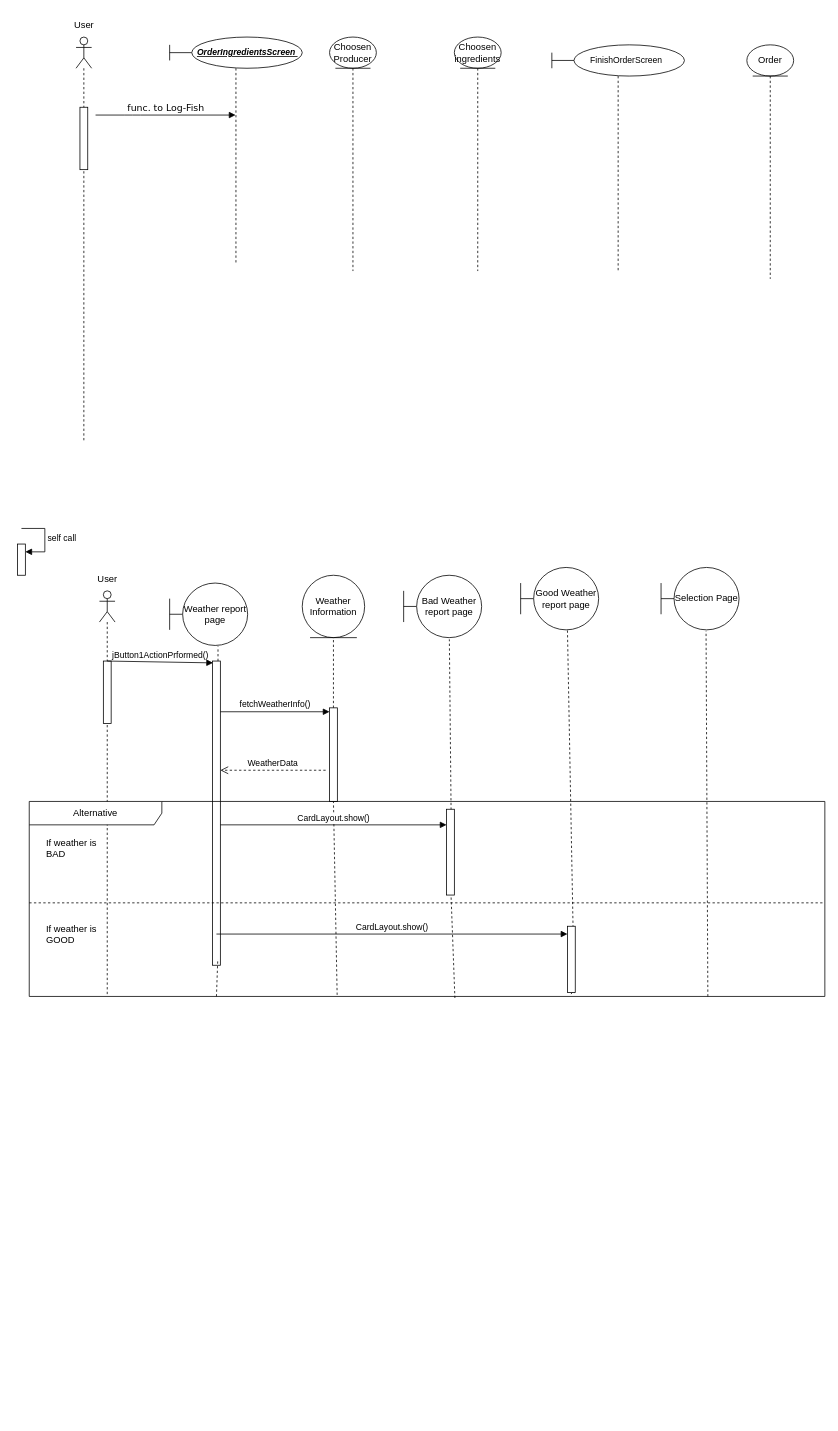
TMCEID/SoftEngFishApp keeps this draw.io diagram as Delivarable3/SequenceDiagram/Untitled Diagram.drawio. Above is the earlier version. Source tidied: cells renumbered, new cells numbered last; positions are measured from the earlier drawing's top-left corner, leaving out a move shared by most shapes. Both pictures are drawn from the tidied source at 78%, with x=0, y=0 at pixel (17, 13).
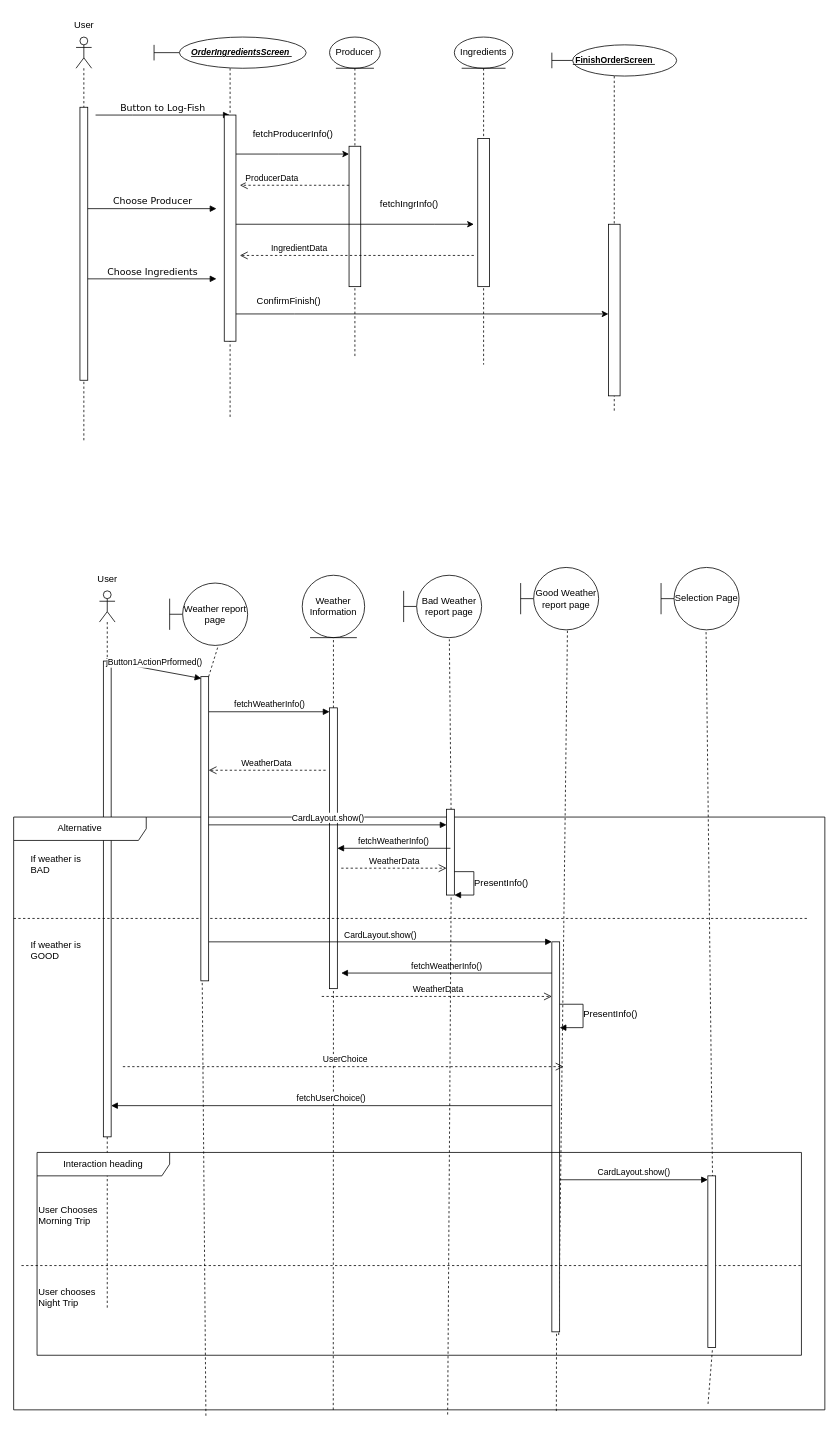
The same diagram, later.

Unchanged cells that the change refers to:
```xml
<mxCell id="6" value="Selection Page" style="shape=umlBoundary;whiteSpace=wrap;html=1;" parent="1" vertex="1">
  <mxGeometry x="825" y="710" width="100" height="80" as="geometry" />
</mxCell>
<mxCell id="31" style="html=1;points=[[0,0,0,0,5],[0,1,0,0,-5],[1,0,0,0,5],[1,1,0,0,-5]];perimeter=orthogonalPerimeter;outlineConnect=0;targetShapes=umlLifeline;portConstraint=eastwest;newEdgeStyle={&quot;curved&quot;:0,&quot;rounded&quot;:0};" parent="1" vertex="1">
  <mxGeometry x="550" y="1020" width="10" height="110" as="geometry" />
</mxCell>
<mxCell id="32" style="shape=umlLifeline;perimeter=lifelinePerimeter;whiteSpace=wrap;html=1;newEdgeStyle={&quot;curved&quot;:0,&quot;rounded&quot;:0};participant=umlActor;" parent="1" vertex="1">
  <mxGeometry x="75" y="30" width="20" height="520" as="geometry" />
</mxCell>
```

The edit, as a diff of the source:
```diff
@@
-    <mxCell id="2" value="func. to Log-Fish" style="html=1;verticalAlign=bottom;endArrow=block;labelBackgroundColor=none;fontFamily=Verdana;fontSize=12;edgeStyle=elbowEdgeStyle;elbow=vertical;" parent="1" edge="1" target="39">
+    <mxCell id="2" value="Button to Log-Fish" style="html=1;verticalAlign=bottom;endArrow=block;labelBackgroundColor=none;fontFamily=Verdana;fontSize=12;edgeStyle=elbowEdgeStyle;elbow=vertical;" parent="1" edge="1" target="39">
       <mxGeometry relative="1" as="geometry">
         <mxPoint x="100" y="130" as="sourcePoint" />
       </mxGeometry>
     </mxCell>
@@
     <mxCell id="7" style="shape=umlLifeline;perimeter=lifelinePerimeter;whiteSpace=wrap;html=1;newEdgeStyle={&quot;curved&quot;:0,&quot;rounded&quot;:0};participant=umlActor;" parent="1" vertex="1">
-      <mxGeometry x="105" y="740" width="20" height="520" as="geometry" />
+      <mxGeometry x="105" y="740" width="20" height="920" as="geometry" />
     </mxCell>
     <mxCell id="8" style="html=1;perimeter=orthogonalPerimeter;targetShapes=umlLifeline;newEdgeStyle={&quot;curved&quot;:0,&quot;rounded&quot;:0};" parent="7" vertex="1">
-      <mxGeometry x="5" y="90" width="10" height="80" as="geometry" />
+      <mxGeometry x="5" y="90" width="10" height="610" as="geometry" />
     </mxCell>
@@
-    <mxCell id="12" style="html=1;verticalAlign=bottom;endArrow=none;dashed=1;labelBackgroundColor=none;fontFamily=Verdana;fontSize=12;elbow=vertical;startFill=0;entryX=0.577;entryY=1.016;entryDx=0;entryDy=0;entryPerimeter=0;" parent="1" edge="1" target="6">
-      <mxGeometry relative="1" as="geometry">
-        <mxPoint x="885" y="1260" as="sourcePoint" />
-      </mxGeometry>
+    <mxCell id="12" style="html=1;verticalAlign=bottom;endArrow=none;dashed=1;labelBackgroundColor=none;fontFamily=Verdana;fontSize=12;elbow=vertical;startFill=0;entryX=0.577;entryY=1.016;entryDx=0;entryDy=0;entryPerimeter=0;exitX=0.856;exitY=0.99;exitDx=0;exitDy=0;exitPerimeter=0;" parent="1" edge="1" source="65" target="6">
+      <mxGeometry relative="1" as="geometry" />
     </mxCell>
@@
-    <mxCell id="15" style="html=1;points=[[0,0,0,0,5],[0,1,0,0,-5],[1,0,0,0,5],[1,1,0,0,-5]];perimeter=orthogonalPerimeter;outlineConnect=0;targetShapes=umlLifeline;portConstraint=eastwest;newEdgeStyle={&quot;curved&quot;:0,&quot;rounded&quot;:0};" parent="1" vertex="1">
-      <mxGeometry x="250" y="830" width="10" height="390" as="geometry" />
-    </mxCell>
@@
-    <mxCell id="18" style="html=1;verticalAlign=bottom;endArrow=none;dashed=1;labelBackgroundColor=none;fontFamily=Verdana;fontSize=12;elbow=vertical;startFill=0;entryX=0.5;entryY=1;entryDx=0;entryDy=0;exitX=0.387;exitY=0.992;exitDx=0;exitDy=0;exitPerimeter=0;" parent="1" edge="1" source="22" target="19">
+    <mxCell id="18" style="html=1;verticalAlign=bottom;endArrow=none;dashed=1;labelBackgroundColor=none;fontFamily=Verdana;fontSize=12;elbow=vertical;startFill=0;entryX=0.5;entryY=1;entryDx=0;entryDy=0;exitX=0.394;exitY=1;exitDx=0;exitDy=0;exitPerimeter=0;" parent="1" edge="1" source="22" target="19">
       <mxGeometry relative="1" as="geometry" />
     </mxCell>
     <mxCell id="19" style="html=1;points=[[0,0,0,0,5],[0,1,0,0,-5],[1,0,0,0,5],[1,1,0,0,-5]];perimeter=orthogonalPerimeter;outlineConnect=0;targetShapes=umlLifeline;portConstraint=eastwest;newEdgeStyle={&quot;curved&quot;:0,&quot;rounded&quot;:0};" parent="1" vertex="1">
-      <mxGeometry x="400" y="890" width="10" height="120" as="geometry" />
+      <mxGeometry x="400" y="890" width="10" height="360" as="geometry" />
     </mxCell>
@@
     <mxCell id="22" value="Alternative" style="shape=umlFrame;whiteSpace=wrap;html=1;width=170;" parent="1" vertex="1">
-      <mxGeometry x="15" y="1010" width="1020" height="250" as="geometry" />
+      <mxGeometry x="-5" y="1030" width="1040" height="760" as="geometry" />
     </mxCell>
@@
-    <mxCell id="25" style="html=1;verticalAlign=bottom;endArrow=none;dashed=1;labelBackgroundColor=none;fontFamily=Verdana;fontSize=12;elbow=vertical;startFill=0;exitX=0.308;exitY=1.012;exitDx=0;exitDy=0;exitPerimeter=0;entryX=1;entryY=1;entryDx=0;entryDy=-5;entryPerimeter=0;" parent="22" edge="1">
+    <mxCell id="25" style="html=1;verticalAlign=bottom;endArrow=none;dashed=1;labelBackgroundColor=none;fontFamily=Verdana;fontSize=12;elbow=vertical;startFill=0;exitX=0.237;exitY=1.01;exitDx=0;exitDy=0;exitPerimeter=0;entryX=1;entryY=1;entryDx=0;entryDy=-5;entryPerimeter=0;" parent="22" edge="1" source="22">
       <mxGeometry relative="1" as="geometry">
-        <mxPoint x="240" y="250" as="sourcePoint" />
         <mxPoint x="241.7" y="202" as="targetPoint" />
       </mxGeometry>
     </mxCell>
-    <mxCell id="26" value="CardLayout.show()" style="html=1;verticalAlign=bottom;endArrow=block;curved=0;rounded=0;entryX=0;entryY=0.182;entryDx=0;entryDy=0;entryPerimeter=0;" parent="22" edge="1" target="31">
-      <mxGeometry relative="1" as="geometry">
-        <mxPoint x="245" y="30" as="sourcePoint" />
-      </mxGeometry>
-    </mxCell>
-    <mxCell id="27" value="CardLayout.show()" style="html=1;verticalAlign=bottom;endArrow=block;curved=0;rounded=0;" parent="22" edge="1" target="28">
-      <mxGeometry relative="1" as="geometry">
-        <mxPoint x="240" y="170" as="sourcePoint" />
-      </mxGeometry>
+    <mxCell id="27" value="CardLayout.show()" style="html=1;verticalAlign=bottom;endArrow=block;curved=0;rounded=0;" parent="22" edge="1" source="15" target="28">
+      <mxGeometry relative="1" as="geometry" />
     </mxCell>
     <mxCell id="28" style="html=1;points=[[0,0,0,0,5],[0,1,0,0,-5],[1,0,0,0,5],[1,1,0,0,-5]];perimeter=orthogonalPerimeter;outlineConnect=0;targetShapes=umlLifeline;portConstraint=eastwest;newEdgeStyle={&quot;curved&quot;:0,&quot;rounded&quot;:0};" parent="22" vertex="1">
-      <mxGeometry x="690" y="160" width="10" height="85" as="geometry" />
+      <mxGeometry x="690" y="160" width="10" height="500" as="geometry" />
     </mxCell>
-    <mxCell id="29" style="html=1;verticalAlign=bottom;endArrow=none;dashed=1;labelBackgroundColor=none;fontFamily=Verdana;fontSize=12;elbow=vertical;startFill=0;entryX=0.6;entryY=1;entryDx=0;entryDy=0;entryPerimeter=0;exitX=0.681;exitY=0.988;exitDx=0;exitDy=0;exitPerimeter=0;" parent="22" edge="1" source="22" target="28">
+    <mxCell id="29" style="html=1;verticalAlign=bottom;endArrow=none;dashed=1;labelBackgroundColor=none;fontFamily=Verdana;fontSize=12;elbow=vertical;startFill=0;entryX=0.6;entryY=1;entryDx=0;entryDy=0;entryPerimeter=0;exitX=0.669;exitY=1.002;exitDx=0;exitDy=0;exitPerimeter=0;" parent="22" edge="1" source="22" target="28">
       <mxGeometry relative="1" as="geometry" />
     </mxCell>
+    <mxCell id="36" style="html=1;align=left;spacingLeft=2;endArrow=block;rounded=0;edgeStyle=orthogonalEdgeStyle;curved=0;rounded=0;" parent="22" edge="1">
+      <mxGeometry relative="1" as="geometry">
+        <mxPoint x="560" y="70" as="sourcePoint" />
+        <mxPoint x="565" y="100" as="targetPoint" />
+        <Array as="points">
+          <mxPoint x="590" y="100" />
+        </Array>
+      </mxGeometry>
+    </mxCell>
+    <mxCell id="42" value="PresentInfo()" style="text;html=1;align=center;verticalAlign=middle;strokeColor=none;fillColor=none;" parent="22" vertex="1">
+      <mxGeometry x="580" y="70" width="90" height="30" as="geometry" />
+    </mxCell>
+    <mxCell id="43" style="html=1;align=left;spacingLeft=2;endArrow=block;rounded=0;edgeStyle=orthogonalEdgeStyle;curved=0;rounded=0;" parent="22" edge="1" target="28">
+      <mxGeometry relative="1" as="geometry">
+        <mxPoint x="700" y="240" as="sourcePoint" />
+        <Array as="points">
+          <mxPoint x="730" y="240" />
+          <mxPoint x="730" y="270" />
+        </Array>
+      </mxGeometry>
+    </mxCell>
+    <mxCell id="44" value="WeatherData" style="html=1;verticalAlign=bottom;endArrow=open;dashed=1;endSize=8;curved=0;rounded=0;exitX=1;exitY=1;exitDx=0;exitDy=-5;exitPerimeter=0;" parent="22" edge="1">
+      <mxGeometry x="0.01" relative="1" as="geometry">
+        <mxPoint x="395" y="230" as="sourcePoint" />
+        <mxPoint x="690" y="230" as="targetPoint" />
+      </mxGeometry>
+    </mxCell>
+    <mxCell id="45" value="fetchWeatherInfo()" style="html=1;verticalAlign=bottom;endArrow=block;curved=0;rounded=0;" parent="22" edge="1">
+      <mxGeometry relative="1" as="geometry">
+        <mxPoint x="690" y="200" as="sourcePoint" />
+        <mxPoint x="420" y="200" as="targetPoint" />
+      </mxGeometry>
+    </mxCell>
+    <mxCell id="46" value="PresentInfo()" style="text;html=1;align=center;verticalAlign=middle;strokeColor=none;fillColor=none;" parent="22" vertex="1">
+      <mxGeometry x="720" y="238" width="90" height="30" as="geometry" />
+    </mxCell>
+    <mxCell id="47" value="Interaction heading" style="shape=umlFrame;whiteSpace=wrap;html=1;width=170;" parent="22" vertex="1">
+      <mxGeometry x="30" y="430" width="980" height="260" as="geometry" />
+    </mxCell>
+    <mxCell id="48" value="&lt;div&gt;User Chooses&lt;/div&gt;&lt;div&gt;Morning Trip&lt;/div&gt;" style="text;html=1;" parent="47" vertex="1">
+      <mxGeometry width="100" height="20" relative="1" as="geometry">
+        <mxPoint y="60" as="offset" />
+      </mxGeometry>
+    </mxCell>
+    <mxCell id="49" value="&lt;div&gt;User chooses&amp;nbsp;&lt;/div&gt;&lt;div&gt;Night Trip&lt;/div&gt;" style="line;strokeWidth=1;dashed=1;labelPosition=center;verticalLabelPosition=bottom;align=left;verticalAlign=top;spacingLeft=20;spacingTop=15;html=1;whiteSpace=wrap;" parent="47" vertex="1">
+      <mxGeometry x="-20" y="140" width="1000" height="10" as="geometry" />
+    </mxCell>
+    <mxCell id="50" value="UserChoice" style="html=1;verticalAlign=bottom;endArrow=open;dashed=1;endSize=8;curved=0;rounded=0;entryX=0;entryY=0.667;entryDx=0;entryDy=0;entryPerimeter=0;" parent="22" edge="1">
+      <mxGeometry x="0.01" relative="1" as="geometry">
+        <mxPoint x="140" y="320" as="sourcePoint" />
+        <mxPoint x="705" y="320" as="targetPoint" />
+      </mxGeometry>
+    </mxCell>
+    <mxCell id="51" value="fetchUserChoice()" style="html=1;verticalAlign=bottom;endArrow=block;curved=0;rounded=0;" parent="22" edge="1">
+      <mxGeometry relative="1" as="geometry">
+        <mxPoint x="690" y="370" as="sourcePoint" />
+        <mxPoint x="125" y="370" as="targetPoint" />
+      </mxGeometry>
+    </mxCell>
+    <mxCell id="15" style="html=1;points=[[0,0,0,0,5],[0,1,0,0,-5],[1,0,0,0,5],[1,1,0,0,-5]];perimeter=orthogonalPerimeter;outlineConnect=0;targetShapes=umlLifeline;portConstraint=eastwest;newEdgeStyle={&quot;curved&quot;:0,&quot;rounded&quot;:0};" parent="22" vertex="1">
+      <mxGeometry x="240" y="-180" width="10" height="390" as="geometry" />
+    </mxCell>
@@
     <mxCell id="33" style="html=1;perimeter=orthogonalPerimeter;targetShapes=umlLifeline;newEdgeStyle={&quot;curved&quot;:0,&quot;rounded&quot;:0};" parent="32" vertex="1">
-      <mxGeometry x="5" y="90" width="10" height="80" as="geometry" />
+      <mxGeometry x="5" y="90" width="10" height="350" as="geometry" />
     </mxCell>
@@
-    <mxCell id="35" style="html=1;points=[[0,0,0,0,5],[0,1,0,0,-5],[1,0,0,0,5],[1,1,0,0,-5]];perimeter=orthogonalPerimeter;outlineConnect=0;targetShapes=umlLifeline;portConstraint=eastwest;newEdgeStyle={&quot;curved&quot;:0,&quot;rounded&quot;:0};" parent="1" vertex="1">
-      <mxGeometry y="680" width="10" height="40" as="geometry" />
-    </mxCell>
-    <mxCell id="36" value="self call" style="html=1;align=left;spacingLeft=2;endArrow=block;rounded=0;edgeStyle=orthogonalEdgeStyle;curved=0;rounded=0;" parent="1" edge="1" target="35">
-      <mxGeometry relative="1" as="geometry">
-        <mxPoint x="5" y="660" as="sourcePoint" />
-        <Array as="points">
-          <mxPoint x="35" y="690" />
-        </Array>
-      </mxGeometry>
-    </mxCell>
+    <mxCell id="52" value="fetchWeatherInfo()" style="html=1;verticalAlign=bottom;endArrow=block;curved=0;rounded=0;exitX=0.5;exitY=0.455;exitDx=0;exitDy=0;exitPerimeter=0;" parent="1" edge="1" source="31" target="19">
+      <mxGeometry relative="1" as="geometry" />
+    </mxCell>
+    <mxCell id="53" value="WeatherData" style="html=1;verticalAlign=bottom;endArrow=open;dashed=1;endSize=8;curved=0;rounded=0;exitX=1.5;exitY=0.571;exitDx=0;exitDy=0;exitPerimeter=0;" parent="1" edge="1" source="19" target="31">
+      <mxGeometry x="0.01" relative="1" as="geometry" />
+    </mxCell>
+    <mxCell id="38" value="Ingredients" style="shape=umlLifeline;perimeter=lifelinePerimeter;whiteSpace=wrap;html=1;newEdgeStyle={&quot;curved&quot;:0,&quot;rounded&quot;:0};participant=umlEntity;" parent="1" vertex="1">
+      <mxGeometry x="560" y="30" width="75" height="420" as="geometry" />
+    </mxCell>
+    <mxCell id="54" style="html=1;perimeter=orthogonalPerimeter;targetShapes=umlLifeline;newEdgeStyle={&quot;curved&quot;:0,&quot;rounded&quot;:0};" parent="38" vertex="1">
+      <mxGeometry x="30" y="130" width="15" height="190" as="geometry" />
+    </mxCell>
+    <mxCell id="55" style="edgeStyle=orthogonalEdgeStyle;rounded=0;jettySize=auto;html=1;curved=0;" parent="1" edge="1" source="56">
+      <mxGeometry relative="1" as="geometry">
+        <mxPoint x="425" y="180" as="targetPoint" />
+        <Array as="points">
+          <mxPoint x="335" y="180" />
+          <mxPoint x="335" y="180" />
+        </Array>
+      </mxGeometry>
+    </mxCell>
+    <mxCell id="39" value="&amp;nbsp;&amp;nbsp;&amp;nbsp;&amp;nbsp;&amp;nbsp;&amp;nbsp;&amp;nbsp;&amp;nbsp; &lt;font style=&quot;font-size: 11px;&quot;&gt;&lt;b&gt;&lt;i&gt;&lt;u&gt;OrderIngredientsScreen&amp;nbsp; &lt;br&gt;&lt;/u&gt;&lt;/i&gt;&lt;/b&gt;&lt;/font&gt;" style="shape=umlLifeline;perimeter=lifelinePerimeter;whiteSpace=wrap;html=1;outlineConnect=0;portConstraint=eastwest;newEdgeStyle={&quot;curved&quot;:0,&quot;rounded&quot;:0};participant=umlBoundary;" parent="1" vertex="1">
+      <mxGeometry x="175" y="30" width="195" height="490" as="geometry" />
+    </mxCell>
+    <mxCell id="56" style="html=1;points=[[0,0,0,0,5],[0,1,0,0,-5],[1,0,0,0,5],[1,1,0,0,-5]];perimeter=orthogonalPerimeter;outlineConnect=0;targetShapes=umlLifeline;portConstraint=eastwest;newEdgeStyle={&quot;curved&quot;:0,&quot;rounded&quot;:0};" parent="39" vertex="1">
+      <mxGeometry x="90" y="100" width="15" height="290" as="geometry" />
+    </mxCell>
+    <mxCell id="40" value="&lt;b&gt;&lt;font style=&quot;font-size: 11px;&quot;&gt;&lt;u&gt;&amp;nbsp;FinishOrderScreen&amp;nbsp; &lt;br&gt;&lt;/u&gt;&lt;/font&gt;&lt;/b&gt;" style="shape=umlLifeline;perimeter=lifelinePerimeter;whiteSpace=wrap;html=1;newEdgeStyle={&quot;curved&quot;:0,&quot;rounded&quot;:0};participant=umlBoundary;" parent="1" vertex="1">
+      <mxGeometry x="685" y="40" width="160" height="470" as="geometry" />
+    </mxCell>
+    <mxCell id="57" style="html=1;points=[[0,0,0,0,5],[0,1,0,0,-5],[1,0,0,0,5],[1,1,0,0,-5]];perimeter=orthogonalPerimeter;outlineConnect=0;targetShapes=umlLifeline;portConstraint=eastwest;newEdgeStyle={&quot;curved&quot;:0,&quot;rounded&quot;:0};" parent="40" vertex="1">
+      <mxGeometry x="72.5" y="230" width="15" height="220" as="geometry" />
+    </mxCell>
-    <mxCell id="37" value="Choosen&lt;br&gt;Producer" style="shape=umlLifeline;perimeter=lifelinePerimeter;whiteSpace=wrap;html=1;newEdgeStyle={&quot;curved&quot;:0,&quot;rounded&quot;:0};participant=umlEntity;" parent="1" vertex="1">
-      <mxGeometry x="400" y="30" width="60" height="300" as="geometry" />
+    <mxCell id="37" value="Producer" style="shape=umlLifeline;perimeter=lifelinePerimeter;whiteSpace=wrap;html=1;newEdgeStyle={&quot;curved&quot;:0,&quot;rounded&quot;:0};participant=umlEntity;" parent="1" vertex="1">
+      <mxGeometry x="400" y="30" width="65" height="410" as="geometry" />
     </mxCell>
-    <mxCell id="38" value="Choosen&lt;br&gt;ingredients" style="shape=umlLifeline;perimeter=lifelinePerimeter;whiteSpace=wrap;html=1;newEdgeStyle={&quot;curved&quot;:0,&quot;rounded&quot;:0};participant=umlEntity;" parent="1" vertex="1">
-      <mxGeometry x="560" y="30" width="60" height="300" as="geometry" />
-    </mxCell>
-    <mxCell id="39" value="&amp;nbsp;&amp;nbsp;&amp;nbsp;&amp;nbsp;&amp;nbsp;&amp;nbsp;&amp;nbsp;&amp;nbsp; &lt;font style=&quot;font-size: 11px;&quot;&gt;&lt;b&gt;&lt;i&gt;&lt;u&gt;OrderIngredientsScreen&amp;nbsp; &lt;br&gt;&lt;/u&gt;&lt;/i&gt;&lt;/b&gt;&lt;/font&gt;" style="shape=umlLifeline;perimeter=lifelinePerimeter;whiteSpace=wrap;html=1;outlineConnect=0;portConstraint=eastwest;newEdgeStyle={&quot;curved&quot;:0,&quot;rounded&quot;:0};participant=umlBoundary;" parent="1" vertex="1">
-      <mxGeometry x="195" y="30" width="170" height="290" as="geometry" />
-    </mxCell>
-    <mxCell id="40" value="&lt;font style=&quot;font-size: 11px;&quot;&gt;&lt;span style=&quot;white-space: pre;&quot;&gt;&#9;&lt;/span&gt;FinishOrderScreen&amp;nbsp; &lt;br&gt;&lt;/font&gt;" style="shape=umlLifeline;perimeter=lifelinePerimeter;whiteSpace=wrap;html=1;newEdgeStyle={&quot;curved&quot;:0,&quot;rounded&quot;:0};participant=umlBoundary;" parent="1" vertex="1">
-      <mxGeometry x="685" y="40" width="170" height="290" as="geometry" />
-    </mxCell>
-    <mxCell id="41" value="Order" style="shape=umlLifeline;perimeter=lifelinePerimeter;whiteSpace=wrap;html=1;newEdgeStyle={&quot;curved&quot;:0,&quot;rounded&quot;:0};participant=umlEntity;" parent="1" vertex="1">
-      <mxGeometry x="935" y="40" width="60" height="300" as="geometry" />
-    </mxCell>
+    <mxCell id="58" style="html=1;points=[[0,0,0,0,5],[0,1,0,0,-5],[1,0,0,0,5],[1,1,0,0,-5]];perimeter=orthogonalPerimeter;outlineConnect=0;targetShapes=umlLifeline;portConstraint=eastwest;newEdgeStyle={&quot;curved&quot;:0,&quot;rounded&quot;:0};" parent="37" vertex="1">
+      <mxGeometry x="25" y="140" width="15" height="180" as="geometry" />
+    </mxCell>
+    <mxCell id="26" value="CardLayout.show()" style="html=1;verticalAlign=bottom;endArrow=block;curved=0;rounded=0;entryX=0;entryY=0.182;entryDx=0;entryDy=0;entryPerimeter=0;" parent="1" edge="1" source="15" target="31">
+      <mxGeometry relative="1" as="geometry" />
+    </mxCell>
+    <mxCell id="59" value="fetchProducerInfo()" style="text;whiteSpace=wrap;html=1;" parent="1" vertex="1">
+      <mxGeometry x="300" y="140" width="110" height="20" as="geometry" />
+    </mxCell>
+    <mxCell id="60" value="fetchIngrInfo()" style="text;whiteSpace=wrap;html=1;" parent="1" vertex="1">
+      <mxGeometry x="463" y="230" width="82" height="30" as="geometry" />
+    </mxCell>
+    <mxCell id="61" style="edgeStyle=orthogonalEdgeStyle;rounded=0;orthogonalLoop=1;jettySize=auto;html=1;curved=0;" parent="1" edge="1">
+      <mxGeometry relative="1" as="geometry">
+        <mxPoint x="280" y="270" as="sourcePoint" />
+        <mxPoint x="585" y="270" as="targetPoint" />
+        <Array as="points">
+          <mxPoint x="535" y="270" />
+          <mxPoint x="535" y="270" />
+        </Array>
+      </mxGeometry>
+    </mxCell>
+    <mxCell id="62" value="ProducerData" style="html=1;verticalAlign=bottom;endArrow=open;dashed=1;endSize=8;curved=0;rounded=0;exitX=0;exitY=0.278;exitDx=0;exitDy=0;exitPerimeter=0;" parent="1" edge="1" source="58">
+      <mxGeometry x="0.41" relative="1" as="geometry">
+        <mxPoint x="285" y="220" as="targetPoint" />
+      </mxGeometry>
+    </mxCell>
+    <mxCell id="63" style="html=1;verticalAlign=bottom;endArrow=none;dashed=1;labelBackgroundColor=none;fontFamily=Verdana;fontSize=12;elbow=vertical;startFill=0;entryX=0.577;entryY=1.016;entryDx=0;entryDy=0;entryPerimeter=0;exitX=0.856;exitY=0.99;exitDx=0;exitDy=0;exitPerimeter=0;" parent="1" edge="1" source="22" target="65">
+      <mxGeometry relative="1" as="geometry" />
+    </mxCell>
+    <mxCell id="64" value="IngredientData" style="html=1;verticalAlign=bottom;endArrow=open;dashed=1;endSize=8;curved=0;rounded=0;" parent="1" edge="1">
+      <mxGeometry x="0.49" relative="1" as="geometry">
+        <mxPoint x="585" y="310" as="sourcePoint" />
+        <mxPoint x="285" y="310" as="targetPoint" />
+      </mxGeometry>
+    </mxCell>
+    <mxCell id="65" style="html=1;points=[[0,0,0,0,5],[0,1,0,0,-5],[1,0,0,0,5],[1,1,0,0,-5]];perimeter=orthogonalPerimeter;outlineConnect=0;targetShapes=umlLifeline;portConstraint=eastwest;newEdgeStyle={&quot;curved&quot;:0,&quot;rounded&quot;:0};" parent="1" vertex="1">
+      <mxGeometry x="885" y="1490" width="10" height="220" as="geometry" />
+    </mxCell>
+    <mxCell id="66" value="Choose Producer" style="html=1;verticalAlign=bottom;endArrow=block;labelBackgroundColor=none;fontFamily=Verdana;fontSize=12;edgeStyle=elbowEdgeStyle;elbow=vertical;" parent="1" edge="1">
+      <mxGeometry relative="1" as="geometry">
+        <mxPoint x="90" y="250" as="sourcePoint" />
+        <mxPoint x="255" y="250" as="targetPoint" />
+      </mxGeometry>
+    </mxCell>
+    <mxCell id="67" value="CardLayout.show()" style="html=1;verticalAlign=bottom;endArrow=block;curved=0;rounded=0;entryX=0;entryY=0;entryDx=0;entryDy=5;entryPerimeter=0;" parent="1" edge="1" source="28" target="65">
+      <mxGeometry relative="1" as="geometry" />
+    </mxCell>
+    <mxCell id="68" value="Choose Ingredients" style="html=1;verticalAlign=bottom;endArrow=block;labelBackgroundColor=none;fontFamily=Verdana;fontSize=12;edgeStyle=elbowEdgeStyle;elbow=vertical;" parent="1" edge="1">
+      <mxGeometry relative="1" as="geometry">
+        <mxPoint x="90" y="340" as="sourcePoint" />
+        <mxPoint x="255" y="340" as="targetPoint" />
+      </mxGeometry>
+    </mxCell>
+    <mxCell id="69" style="edgeStyle=orthogonalEdgeStyle;rounded=0;jettySize=auto;html=1;curved=0;" parent="1" edge="1" source="56" target="57">
+      <mxGeometry relative="1" as="geometry">
+        <Array as="points">
+          <mxPoint x="355" y="385" />
+          <mxPoint x="355" y="385" />
+        </Array>
+      </mxGeometry>
+    </mxCell>
+    <mxCell id="70" value="ConfirmFinish()" style="text;whiteSpace=wrap;html=1;" parent="1" vertex="1">
+      <mxGeometry x="305" y="355" width="110" height="20" as="geometry" />
+    </mxCell>
```
